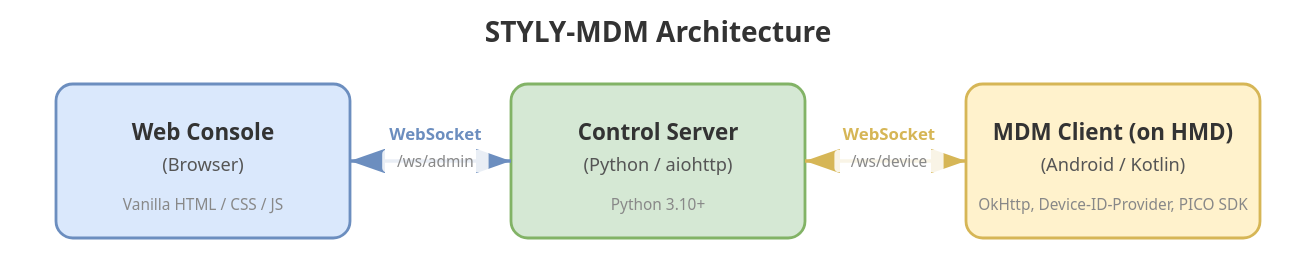
Before: docs/architecture.drawio.svg, a diagram exported from draw.io (styly-dev/STYLY-MDM). Source tidied: cells renumbered, new cells last; positions are measured from the earlier drawing's top-left corner, leaving out a move shared by most shapes.
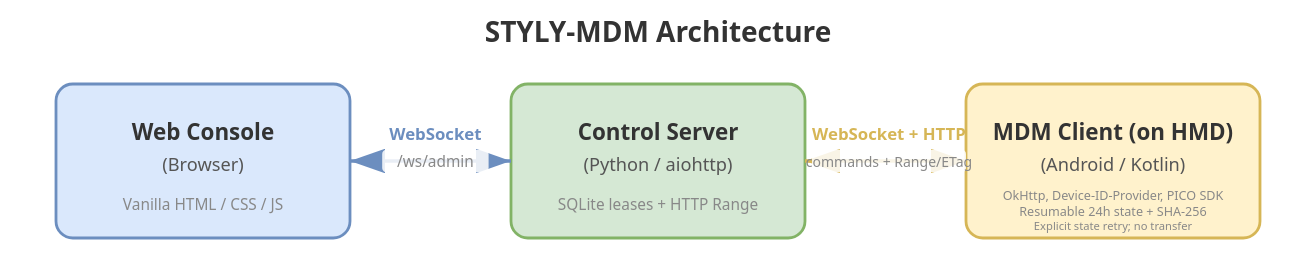
Above is the later version.

Change to the diagram source:
```diff
@@ -17,8 +17,8 @@
     <mxCell id="6" value="&lt;b&gt;Control Server&lt;/b&gt;&lt;br&gt;(Python / aiohttp)" style="text;html=1;align=center;verticalAlign=middle;" parent="1" vertex="1">
       <mxGeometry x="365" y="85" width="130" height="50" as="geometry" />
     </mxCell>
-    <mxCell id="7" value="Python 3.10+" style="text;html=1;align=center;verticalAlign=middle;fontColor=#666666;fontSize=10;" parent="1" vertex="1">
-      <mxGeometry x="370" y="135" width="120" height="20" as="geometry" />
+    <mxCell id="7" value="SQLite leases + HTTP Range" style="text;html=1;align=center;verticalAlign=middle;fontColor=#666666;fontSize=10;" parent="1" vertex="1">
+      <mxGeometry x="350" y="135" width="160" height="20" as="geometry" />
     </mxCell>
     <mxCell id="8" style="rounded=1;whiteSpace=wrap;html=1;fillColor=#fff2cc;strokeColor=#d6b656;arcSize=10;" parent="1" vertex="1">
       <mxGeometry x="660" y="60" width="200" height="100" as="geometry" />
@@ -26,7 +26,7 @@
     <mxCell id="9" value="&lt;b&gt;MDM Client (on HMD)&lt;/b&gt;&lt;br&gt;(Android / Kotlin)" style="text;html=1;align=center;verticalAlign=middle;" parent="1" vertex="1">
       <mxGeometry x="700" y="85" width="120" height="50" as="geometry" />
     </mxCell>
-    <mxCell id="10" value="OkHttp, Device-ID-Provider, PICO SDK" style="text;html=1;align=center;verticalAlign=middle;fontColor=#666666;fontSize=10;" parent="1" vertex="1">
+    <mxCell id="10" value="OkHttp, Device-ID-Provider, PICO SDK; resumable 24h SHA-256 state" style="text;html=1;align=center;verticalAlign=middle;fontColor=#666666;fontSize=10;" parent="1" vertex="1">
       <mxGeometry x="665" y="135" width="190" height="20" as="geometry" />
     </mxCell>
     <mxCell id="11" style="edgeStyle=orthogonalEdgeStyle;rounded=0;jettySize=auto;containsPoints=1;endArrow=block;endFill=1;startArrow=block;startFill=1;strokeWidth=2;strokeColor=#6c8ebf;" parent="1" edge="1" source="2" target="5">
@@ -38,7 +38,7 @@
     <mxCell id="13" style="edgeStyle=orthogonalEdgeStyle;rounded=0;jettySize=auto;containsPoints=1;endArrow=block;endFill=1;startArrow=block;startFill=1;strokeWidth=2;strokeColor=#d6b656;" parent="1" edge="1" source="5" target="8">
       <mxGeometry relative="1" as="geometry" />
     </mxCell>
-    <mxCell id="14" value="WebSocket&lt;br&gt;&lt;font style=&quot;font-size:10px&quot;&gt;/ws/device&lt;/font&gt;" style="edgeLabel;html=1;align=center;verticalAlign=middle;" parent="13" vertex="1">
+    <mxCell id="14" value="WebSocket + HTTP&lt;br&gt;&lt;font style=&quot;font-size:10px&quot;&gt;commands + Range/ETag&lt;/font&gt;" style="edgeLabel;html=1;align=center;verticalAlign=middle;" parent="13" vertex="1">
       <mxGeometry x="-0.1" relative="1" as="geometry" />
     </mxCell>
     <mxCell id="15" value="&lt;font style=&quot;font-size:16px&quot;&gt;&lt;b&gt;STYLY-MDM Architecture&lt;/b&gt;&lt;/font&gt;" style="text;html=1;align=center;verticalAlign=middle;" parent="1" vertex="1">
```
